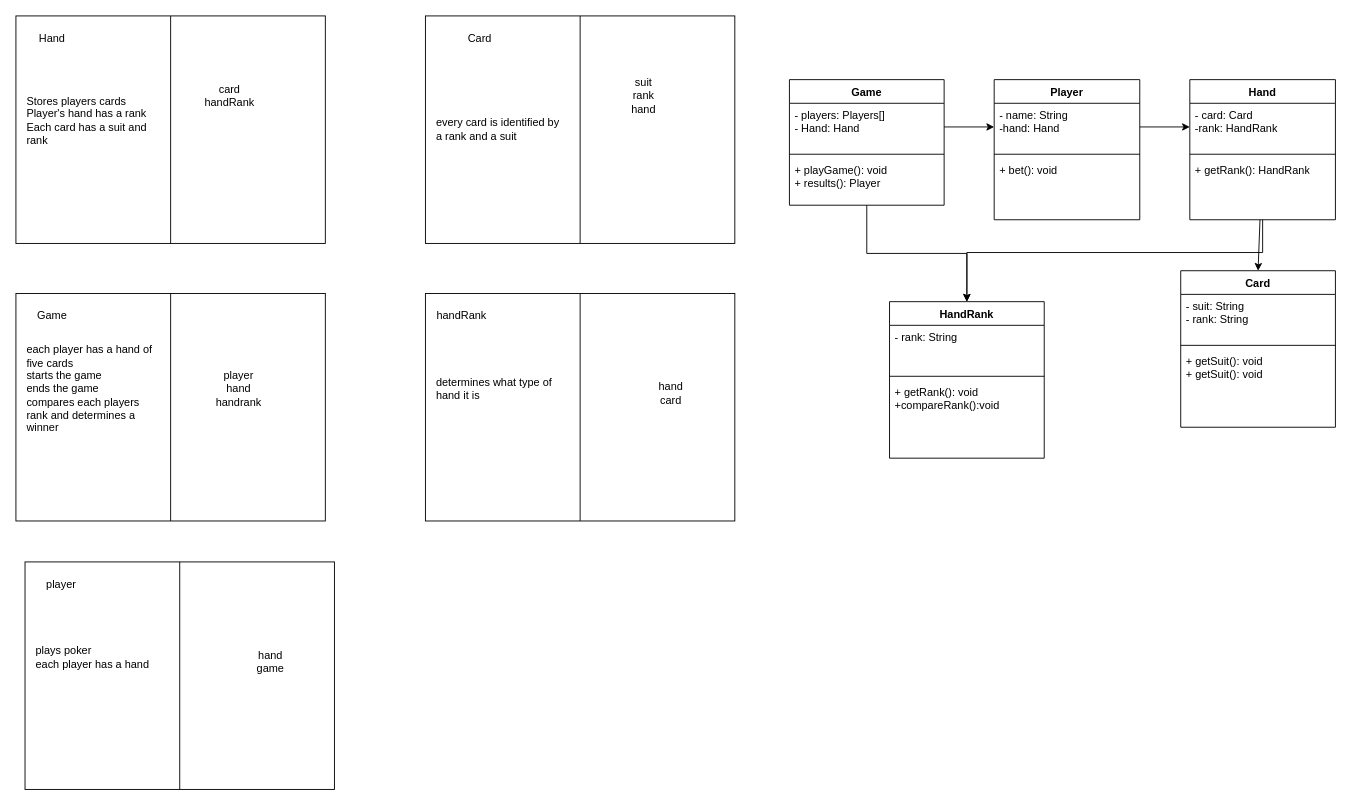
Above: sysc3110/lab1.drawio in Johanna-16/readme (draw.io), before the change. Source tidied: cells renumbered, new cells numbered last; positions are measured from the earlier drawing's top-left corner, leaving out a move shared by most shapes. Both pictures are drawn from the tidied source at 91%, with x=0, y=0 at pixel (15, 15).
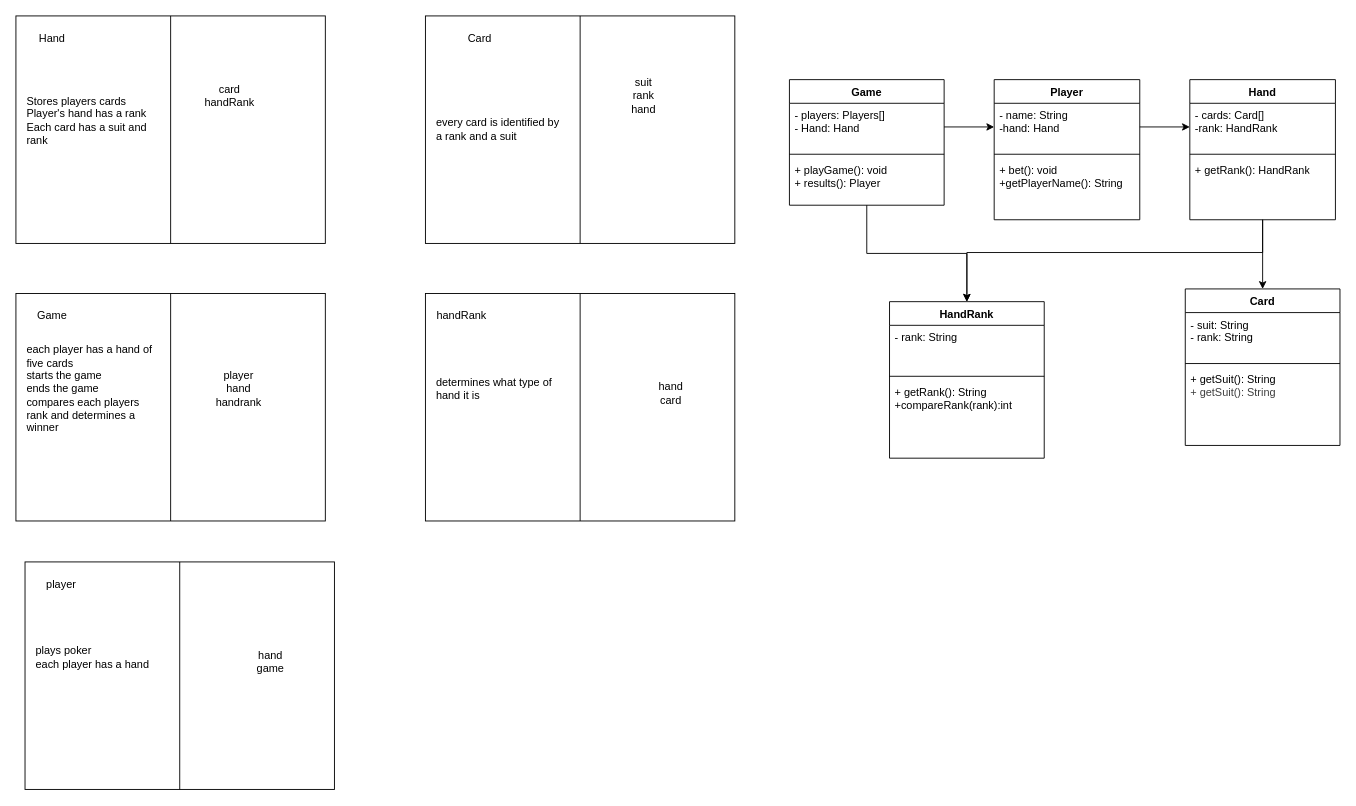
After the change.

Unchanged cells that the change refers to:
```xml
<mxCell id="32" value="Player" style="swimlane;fontStyle=1;align=center;verticalAlign=top;horizontal=1;startSize=26;whiteSpace=wrap;html=1;" parent="1" vertex="1">
  <mxGeometry x="1075" y="70" width="160" height="154" as="geometry" />
</mxCell>
<mxCell id="38" value="Hand" style="swimlane;fontStyle=1;align=center;verticalAlign=top;horizontal=1;startSize=26;whiteSpace=wrap;html=1;" parent="1" vertex="1">
  <mxGeometry x="1290" y="70" width="160" height="154" as="geometry" />
</mxCell>
<mxCell id="46" value="HandRank" style="swimlane;fontStyle=1;align=center;verticalAlign=top;horizontal=1;startSize=26;whiteSpace=wrap;html=1;" parent="1" vertex="1">
  <mxGeometry x="960" y="314" width="170" height="172" as="geometry" />
</mxCell>
```

What changed in the source:
```diff
@@
-    <mxCell id="35" value="+ bet(): void" style="text;strokeColor=none;fillColor=none;align=left;verticalAlign=top;spacingLeft=4;spacingRight=4;overflow=hidden;whiteSpace=wrap;html=1;" parent="32" vertex="1">
+    <mxCell id="35" value="+ bet(): void&lt;div&gt;+getPlayerName(): String&lt;/div&gt;" style="text;strokeColor=none;fillColor=none;align=left;verticalAlign=top;spacingLeft=4;spacingRight=4;overflow=hidden;whiteSpace=wrap;html=1;" parent="32" vertex="1">
       <mxGeometry y="86" width="160" height="68" as="geometry" />
     </mxCell>
@@
-    <mxCell id="39" value="- card: Card&lt;div&gt;-rank: HandRank&lt;/div&gt;" style="text;strokeColor=none;fillColor=none;align=left;verticalAlign=top;spacingLeft=4;spacingRight=4;overflow=hidden;points=[[0,0.5],[1,0.5]];portConstraint=eastwest;whiteSpace=wrap;html=1;" parent="38" vertex="1">
+    <mxCell id="39" value="- cards: Card[]&lt;div&gt;-rank: HandRank&lt;/div&gt;" style="text;strokeColor=none;fillColor=none;align=left;verticalAlign=top;spacingLeft=4;spacingRight=4;overflow=hidden;points=[[0,0.5],[1,0.5]];portConstraint=eastwest;whiteSpace=wrap;html=1;" parent="38" vertex="1">
       <mxGeometry y="26" width="160" height="52" as="geometry" />
     </mxCell>
@@
     <mxCell id="42" value="Card" style="swimlane;fontStyle=1;align=center;verticalAlign=top;horizontal=1;startSize=26;whiteSpace=wrap;html=1;" parent="1" vertex="1">
-      <mxGeometry x="1280" y="280" width="170" height="172" as="geometry" />
+      <mxGeometry x="1285" y="300" width="170" height="172" as="geometry" />
     </mxCell>
@@
-    <mxCell id="45" value="+ getSuit(): void&lt;div&gt;+ getSuit(): void&lt;/div&gt;" style="text;strokeColor=none;fillColor=none;align=left;verticalAlign=top;spacingLeft=4;spacingRight=4;overflow=hidden;whiteSpace=wrap;html=1;" parent="42" vertex="1">
+    <mxCell id="45" value="+ getSuit(): String&lt;div&gt;&lt;span style=&quot;color: rgb(63, 63, 63); background-color: transparent;&quot;&gt;+ getSuit(): String&lt;/span&gt;&lt;/div&gt;" style="text;strokeColor=none;fillColor=none;align=left;verticalAlign=top;spacingLeft=4;spacingRight=4;overflow=hidden;whiteSpace=wrap;html=1;" parent="42" vertex="1">
       <mxGeometry y="86" width="170" height="86" as="geometry" />
     </mxCell>
@@
-    <mxCell id="49" value="+ getRank(): void&lt;div&gt;+compareRank():void&lt;br&gt;&lt;div&gt;&lt;br&gt;&lt;/div&gt;&lt;/div&gt;" style="text;strokeColor=none;fillColor=none;align=left;verticalAlign=top;spacingLeft=4;spacingRight=4;overflow=hidden;whiteSpace=wrap;html=1;" parent="46" vertex="1">
+    <mxCell id="49" value="+ getRank(): String&lt;div&gt;+compareRank(rank):int&lt;br&gt;&lt;div&gt;&lt;br&gt;&lt;/div&gt;&lt;/div&gt;" style="text;strokeColor=none;fillColor=none;align=left;verticalAlign=top;spacingLeft=4;spacingRight=4;overflow=hidden;whiteSpace=wrap;html=1;" parent="46" vertex="1">
       <mxGeometry y="86" width="170" height="86" as="geometry" />
     </mxCell>
```
